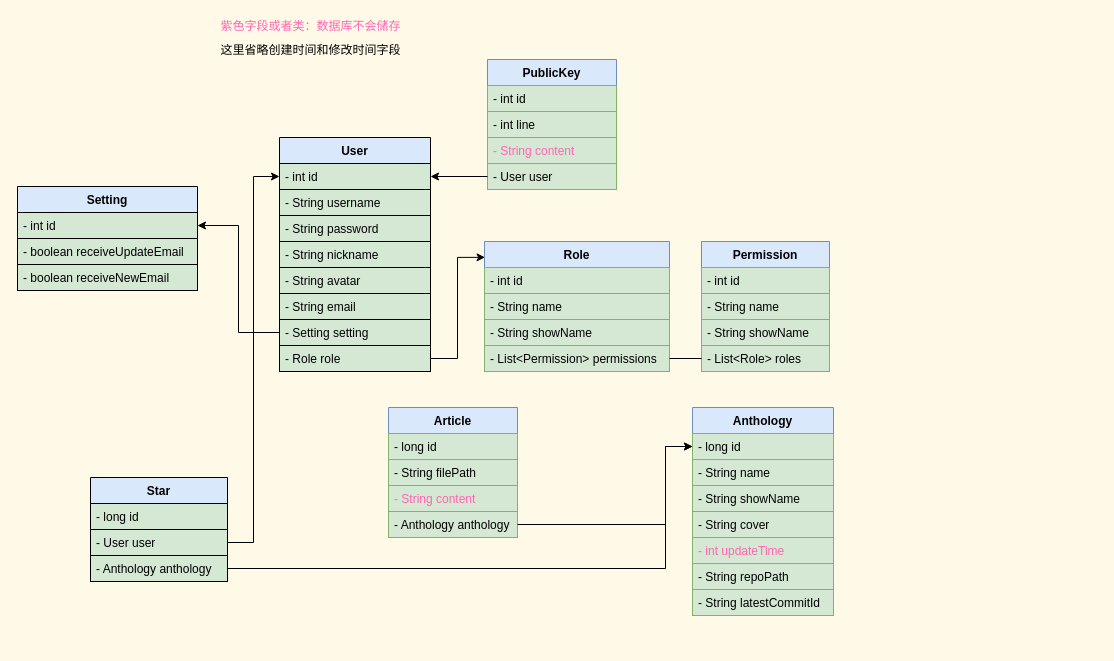
This is page "类图" (1 of 3) of doc/后端类图.dio from swsk33/git-document, a draw.io file, before an edit. Source tidied: cells renumbered, new cells numbered last; positions are measured from the earlier drawing's top-left corner, leaving out a move shared by most shapes. Both pictures are drawn from the tidied source at 100%, with x=0, y=0 at pixel (17, 17).
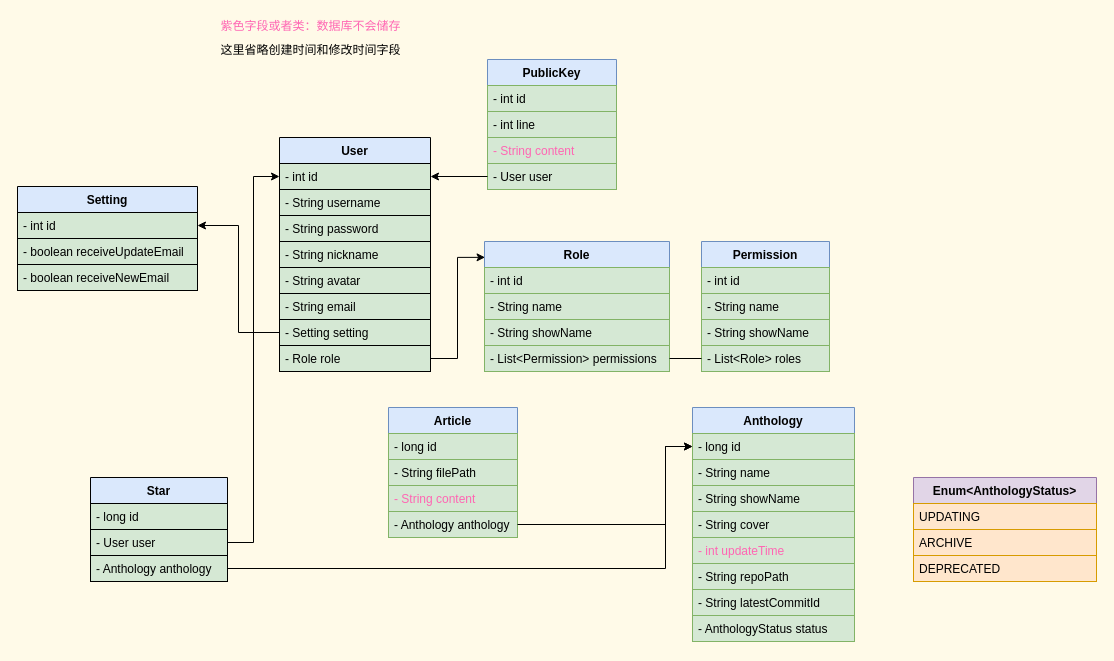
Above is the later version.

Diff of the diagram source:
```diff
@@
     <mxCell id="28" value="Anthology" style="swimlane;fontStyle=1;align=center;verticalAlign=top;horizontal=1;startSize=26;fillColor=#dae8fc;strokeColor=#6c8ebf;fontColor=#000000;" parent="1" vertex="1">
-      <mxGeometry x="675" y="390" width="141" height="208" as="geometry" />
+      <mxGeometry x="675" y="390" width="162" height="234" as="geometry" />
     </mxCell>
     <mxCell id="29" value="- long id" style="text;strokeColor=#82b366;fillColor=#d5e8d4;align=left;verticalAlign=top;spacingLeft=4;spacingRight=4;overflow=hidden;points=[[0,0.5],[1,0.5]];portConstraint=eastwest;fontColor=#000000;" parent="28" vertex="1">
-      <mxGeometry y="26" width="141" height="26" as="geometry" />
+      <mxGeometry y="26" width="162" height="26" as="geometry" />
     </mxCell>
     <mxCell id="30" value="- String name" style="text;strokeColor=#82b366;fillColor=#d5e8d4;align=left;verticalAlign=top;spacingLeft=4;spacingRight=4;overflow=hidden;fontColor=#000000;" parent="28" vertex="1">
-      <mxGeometry y="52" width="141" height="26" as="geometry" />
+      <mxGeometry y="52" width="162" height="26" as="geometry" />
     </mxCell>
     <mxCell id="31" value="- String showName" style="text;strokeColor=#82b366;fillColor=#d5e8d4;align=left;verticalAlign=top;spacingLeft=4;spacingRight=4;overflow=hidden;fontColor=#000000;" parent="28" vertex="1">
-      <mxGeometry y="78" width="141" height="26" as="geometry" />
+      <mxGeometry y="78" width="162" height="26" as="geometry" />
     </mxCell>
     <mxCell id="32" value="- String cover" style="text;strokeColor=#82b366;fillColor=#d5e8d4;align=left;verticalAlign=top;spacingLeft=4;spacingRight=4;overflow=hidden;fontColor=#000000;" parent="28" vertex="1">
-      <mxGeometry y="104" width="141" height="26" as="geometry" />
+      <mxGeometry y="104" width="162" height="26" as="geometry" />
     </mxCell>
     <mxCell id="33" value="- int updateTime" style="text;strokeColor=#82b366;fillColor=#d5e8d4;align=left;verticalAlign=top;spacingLeft=4;spacingRight=4;overflow=hidden;fontColor=#FF66B3;" parent="28" vertex="1">
-      <mxGeometry y="130" width="141" height="26" as="geometry" />
+      <mxGeometry y="130" width="162" height="26" as="geometry" />
     </mxCell>
     <mxCell id="34" value="- String repoPath" style="text;strokeColor=#82b366;fillColor=#d5e8d4;align=left;verticalAlign=top;spacingLeft=4;spacingRight=4;overflow=hidden;fontColor=#000000;" parent="28" vertex="1">
-      <mxGeometry y="156" width="141" height="26" as="geometry" />
+      <mxGeometry y="156" width="162" height="26" as="geometry" />
     </mxCell>
     <mxCell id="35" value="- String latestCommitId" style="text;strokeColor=#82b366;fillColor=#d5e8d4;align=left;verticalAlign=top;spacingLeft=4;spacingRight=4;overflow=hidden;fontColor=#000000;" parent="28" vertex="1">
-      <mxGeometry y="182" width="141" height="26" as="geometry" />
+      <mxGeometry y="182" width="162" height="26" as="geometry" />
     </mxCell>
+    <mxCell id="56" value="- AnthologyStatus status" style="text;strokeColor=#82b366;fillColor=#d5e8d4;align=left;verticalAlign=top;spacingLeft=4;spacingRight=4;overflow=hidden;fontColor=#000000;" parent="28" vertex="1">
+      <mxGeometry y="208" width="162" height="26" as="geometry" />
+    </mxCell>
@@
+    <mxCell id="57" value="Enum&lt;AnthologyStatus&gt;" style="swimlane;fontStyle=1;align=center;verticalAlign=top;horizontal=1;startSize=26;fillColor=#e1d5e7;strokeColor=#9673a6;" parent="1" vertex="1">
+      <mxGeometry x="896" y="460" width="183" height="104" as="geometry" />
+    </mxCell>
+    <mxCell id="58" value="UPDATING" style="text;strokeColor=#d79b00;fillColor=#ffe6cc;align=left;verticalAlign=top;spacingLeft=4;spacingRight=4;overflow=hidden;" parent="57" vertex="1">
+      <mxGeometry y="26" width="183" height="26" as="geometry" />
+    </mxCell>
+    <mxCell id="59" value="ARCHIVE" style="text;strokeColor=#d79b00;fillColor=#ffe6cc;align=left;verticalAlign=top;spacingLeft=4;spacingRight=4;overflow=hidden;" parent="57" vertex="1">
+      <mxGeometry y="52" width="183" height="26" as="geometry" />
+    </mxCell>
+    <mxCell id="60" value="DEPRECATED" style="text;strokeColor=#d79b00;fillColor=#ffe6cc;align=left;verticalAlign=top;spacingLeft=4;spacingRight=4;overflow=hidden;" parent="57" vertex="1">
+      <mxGeometry y="78" width="183" height="26" as="geometry" />
+    </mxCell>
```
